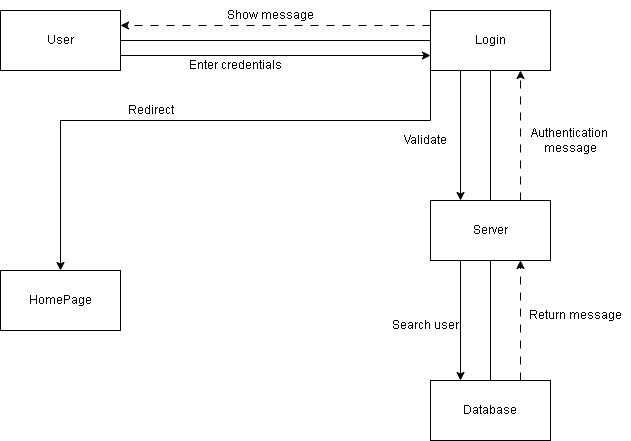
Earlier version of the draw.io export Collaboration Diagram/LoginCollabDiagram.png (kjahaj/Inventory-system-Door-7-guys.). Source tidied: cells renumbered, new cells last; positions are measured from the earlier drawing's top-left corner, leaving out a move shared by most shapes. Its diagram source:
```xml
<mxGraphModel>
  <root>
    <mxCell id="0" />
    <mxCell id="1" parent="0" />
    <mxCell id="2" style="edgeStyle=orthogonalEdgeStyle;rounded=0;jettySize=auto;html=1;exitX=1;exitY=0.75;exitDx=0;exitDy=0;entryX=0;entryY=0.75;entryDx=0;entryDy=0;" parent="1" edge="1" source="4" target="9">
      <mxGeometry relative="1" as="geometry" />
    </mxCell>
    <mxCell id="3" style="edgeStyle=orthogonalEdgeStyle;rounded=0;jettySize=auto;html=1;exitX=1;exitY=0.5;exitDx=0;exitDy=0;entryX=0;entryY=0.5;entryDx=0;entryDy=0;endArrow=none;endFill=0;" parent="1" edge="1" source="4" target="9">
      <mxGeometry relative="1" as="geometry" />
    </mxCell>
    <mxCell id="4" value="User" style="rounded=0;whiteSpace=wrap;html=1;" parent="1" vertex="1">
      <mxGeometry y="10" width="120" height="60" as="geometry" />
    </mxCell>
    <mxCell id="5" style="edgeStyle=orthogonalEdgeStyle;rounded=0;jettySize=auto;html=1;exitX=0.25;exitY=1;exitDx=0;exitDy=0;entryX=0.25;entryY=0;entryDx=0;entryDy=0;" parent="1" edge="1" source="9" target="13">
      <mxGeometry relative="1" as="geometry" />
    </mxCell>
    <mxCell id="6" style="edgeStyle=orthogonalEdgeStyle;rounded=0;jettySize=auto;html=1;exitX=0;exitY=1;exitDx=0;exitDy=0;" parent="1" edge="1" source="9" target="16">
      <mxGeometry relative="1" as="geometry">
        <Array as="points">
          <mxPoint x="430" y="120" />
          <mxPoint x="60" y="120" />
        </Array>
      </mxGeometry>
    </mxCell>
    <mxCell id="7" style="edgeStyle=orthogonalEdgeStyle;rounded=0;jettySize=auto;html=1;exitX=0;exitY=0.25;exitDx=0;exitDy=0;entryX=1;entryY=0.25;entryDx=0;entryDy=0;dashed=1;dashPattern=8 8;" parent="1" edge="1" source="9" target="4">
      <mxGeometry relative="1" as="geometry" />
    </mxCell>
    <mxCell id="8" style="edgeStyle=orthogonalEdgeStyle;rounded=0;jettySize=auto;html=1;exitX=0.5;exitY=1;exitDx=0;exitDy=0;entryX=0.5;entryY=0;entryDx=0;entryDy=0;endArrow=none;endFill=0;" parent="1" edge="1" source="9" target="13">
      <mxGeometry relative="1" as="geometry" />
    </mxCell>
    <mxCell id="9" value="Login" style="rounded=0;whiteSpace=wrap;html=1;" parent="1" vertex="1">
      <mxGeometry x="430" y="10" width="120" height="60" as="geometry" />
    </mxCell>
    <mxCell id="10" style="edgeStyle=orthogonalEdgeStyle;rounded=0;jettySize=auto;html=1;exitX=0.25;exitY=1;exitDx=0;exitDy=0;entryX=0.25;entryY=0;entryDx=0;entryDy=0;" parent="1" edge="1" source="13" target="15">
      <mxGeometry relative="1" as="geometry" />
    </mxCell>
    <mxCell id="11" style="edgeStyle=orthogonalEdgeStyle;rounded=0;jettySize=auto;html=1;exitX=0.75;exitY=0;exitDx=0;exitDy=0;entryX=0.75;entryY=1;entryDx=0;entryDy=0;dashed=1;dashPattern=8 8;" parent="1" edge="1" source="13" target="9">
      <mxGeometry relative="1" as="geometry" />
    </mxCell>
    <mxCell id="12" style="edgeStyle=orthogonalEdgeStyle;rounded=0;jettySize=auto;html=1;exitX=0.5;exitY=1;exitDx=0;exitDy=0;endArrow=none;endFill=0;" parent="1" edge="1" source="13" target="15">
      <mxGeometry relative="1" as="geometry" />
    </mxCell>
    <mxCell id="13" value="Server" style="rounded=0;whiteSpace=wrap;html=1;" parent="1" vertex="1">
      <mxGeometry x="430" y="200" width="120" height="60" as="geometry" />
    </mxCell>
    <mxCell id="14" style="edgeStyle=orthogonalEdgeStyle;rounded=0;jettySize=auto;html=1;exitX=0.75;exitY=0;exitDx=0;exitDy=0;entryX=0.75;entryY=1;entryDx=0;entryDy=0;dashed=1;dashPattern=8 8;" parent="1" edge="1" source="15" target="13">
      <mxGeometry relative="1" as="geometry" />
    </mxCell>
    <mxCell id="15" value="Database" style="rounded=0;whiteSpace=wrap;html=1;" parent="1" vertex="1">
      <mxGeometry x="430" y="380" width="120" height="60" as="geometry" />
    </mxCell>
    <mxCell id="16" value="HomePage" style="rounded=0;whiteSpace=wrap;html=1;" parent="1" vertex="1">
      <mxGeometry y="270" width="120" height="60" as="geometry" />
    </mxCell>
    <mxCell id="17" value="Show message" style="text;html=1;align=center;verticalAlign=middle;strokeColor=none;fillColor=none;" parent="1" vertex="1">
      <mxGeometry x="215" width="110" height="30" as="geometry" />
    </mxCell>
    <mxCell id="18" value="Authentication&amp;nbsp;&lt;br&gt;message" style="text;html=1;align=center;verticalAlign=middle;strokeColor=none;fillColor=none;" parent="1" vertex="1">
      <mxGeometry x="520" y="120" width="100" height="40" as="geometry" />
    </mxCell>
    <mxCell id="19" value="Return message" style="text;html=1;align=center;verticalAlign=middle;strokeColor=none;fillColor=none;" parent="1" vertex="1">
      <mxGeometry x="520" y="300" width="110" height="30" as="geometry" />
    </mxCell>
    <mxCell id="20" value="Search user" style="text;html=1;align=center;verticalAlign=middle;strokeColor=none;fillColor=none;" parent="1" vertex="1">
      <mxGeometry x="380" y="310" width="90" height="30" as="geometry" />
    </mxCell>
    <mxCell id="21" value="Validate" style="text;html=1;align=center;verticalAlign=middle;strokeColor=none;fillColor=none;" parent="1" vertex="1">
      <mxGeometry x="395" y="125" width="60" height="30" as="geometry" />
    </mxCell>
    <mxCell id="22" value="Redirect" style="text;html=1;align=center;verticalAlign=middle;strokeColor=none;fillColor=none;" parent="1" vertex="1">
      <mxGeometry x="115" y="95" width="70" height="30" as="geometry" />
    </mxCell>
    <mxCell id="23" value="Enter credentials" style="text;html=1;align=center;verticalAlign=middle;strokeColor=none;fillColor=none;" parent="1" vertex="1">
      <mxGeometry x="180" y="50" width="110" height="30" as="geometry" />
    </mxCell>
  </root>
</mxGraphModel>
```
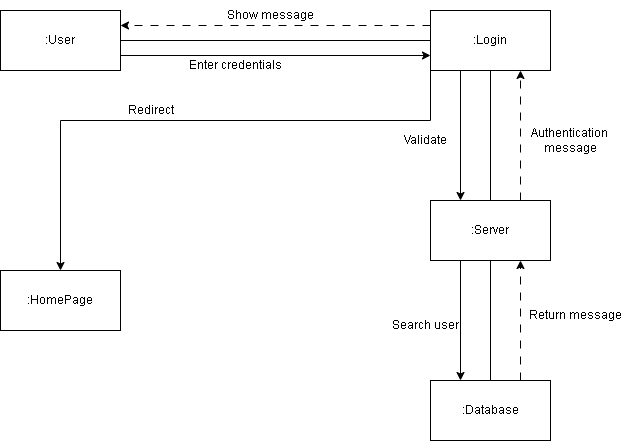
The same file after the commit.

The edit, as a diff of the source:
```diff
@@ -8,7 +8,7 @@
     <mxCell id="3" style="edgeStyle=orthogonalEdgeStyle;rounded=0;jettySize=auto;html=1;exitX=1;exitY=0.5;exitDx=0;exitDy=0;entryX=0;entryY=0.5;entryDx=0;entryDy=0;endArrow=none;endFill=0;" parent="1" edge="1" source="4" target="9">
       <mxGeometry relative="1" as="geometry" />
     </mxCell>
-    <mxCell id="4" value="User" style="rounded=0;whiteSpace=wrap;html=1;" parent="1" vertex="1">
+    <mxCell id="4" value=":User" style="rounded=0;whiteSpace=wrap;html=1;" parent="1" vertex="1">
       <mxGeometry y="10" width="120" height="60" as="geometry" />
     </mxCell>
     <mxCell id="5" style="edgeStyle=orthogonalEdgeStyle;rounded=0;jettySize=auto;html=1;exitX=0.25;exitY=1;exitDx=0;exitDy=0;entryX=0.25;entryY=0;entryDx=0;entryDy=0;" parent="1" edge="1" source="9" target="13">
@@ -28,7 +28,7 @@
     <mxCell id="8" style="edgeStyle=orthogonalEdgeStyle;rounded=0;jettySize=auto;html=1;exitX=0.5;exitY=1;exitDx=0;exitDy=0;entryX=0.5;entryY=0;entryDx=0;entryDy=0;endArrow=none;endFill=0;" parent="1" edge="1" source="9" target="13">
       <mxGeometry relative="1" as="geometry" />
     </mxCell>
-    <mxCell id="9" value="Login" style="rounded=0;whiteSpace=wrap;html=1;" parent="1" vertex="1">
+    <mxCell id="9" value=":Login" style="rounded=0;whiteSpace=wrap;html=1;" parent="1" vertex="1">
       <mxGeometry x="430" y="10" width="120" height="60" as="geometry" />
     </mxCell>
     <mxCell id="10" style="edgeStyle=orthogonalEdgeStyle;rounded=0;jettySize=auto;html=1;exitX=0.25;exitY=1;exitDx=0;exitDy=0;entryX=0.25;entryY=0;entryDx=0;entryDy=0;" parent="1" edge="1" source="13" target="15">
@@ -40,16 +40,16 @@
     <mxCell id="12" style="edgeStyle=orthogonalEdgeStyle;rounded=0;jettySize=auto;html=1;exitX=0.5;exitY=1;exitDx=0;exitDy=0;endArrow=none;endFill=0;" parent="1" edge="1" source="13" target="15">
       <mxGeometry relative="1" as="geometry" />
     </mxCell>
-    <mxCell id="13" value="Server" style="rounded=0;whiteSpace=wrap;html=1;" parent="1" vertex="1">
+    <mxCell id="13" value=":Server" style="rounded=0;whiteSpace=wrap;html=1;" parent="1" vertex="1">
       <mxGeometry x="430" y="200" width="120" height="60" as="geometry" />
     </mxCell>
     <mxCell id="14" style="edgeStyle=orthogonalEdgeStyle;rounded=0;jettySize=auto;html=1;exitX=0.75;exitY=0;exitDx=0;exitDy=0;entryX=0.75;entryY=1;entryDx=0;entryDy=0;dashed=1;dashPattern=8 8;" parent="1" edge="1" source="15" target="13">
       <mxGeometry relative="1" as="geometry" />
     </mxCell>
-    <mxCell id="15" value="Database" style="rounded=0;whiteSpace=wrap;html=1;" parent="1" vertex="1">
+    <mxCell id="15" value=":Database" style="rounded=0;whiteSpace=wrap;html=1;" parent="1" vertex="1">
       <mxGeometry x="430" y="380" width="120" height="60" as="geometry" />
     </mxCell>
-    <mxCell id="16" value="HomePage" style="rounded=0;whiteSpace=wrap;html=1;" parent="1" vertex="1">
+    <mxCell id="16" value=":HomePage" style="rounded=0;whiteSpace=wrap;html=1;" parent="1" vertex="1">
       <mxGeometry y="270" width="120" height="60" as="geometry" />
     </mxCell>
     <mxCell id="17" value="Show message" style="text;html=1;align=center;verticalAlign=middle;strokeColor=none;fillColor=none;" parent="1" vertex="1">
```
